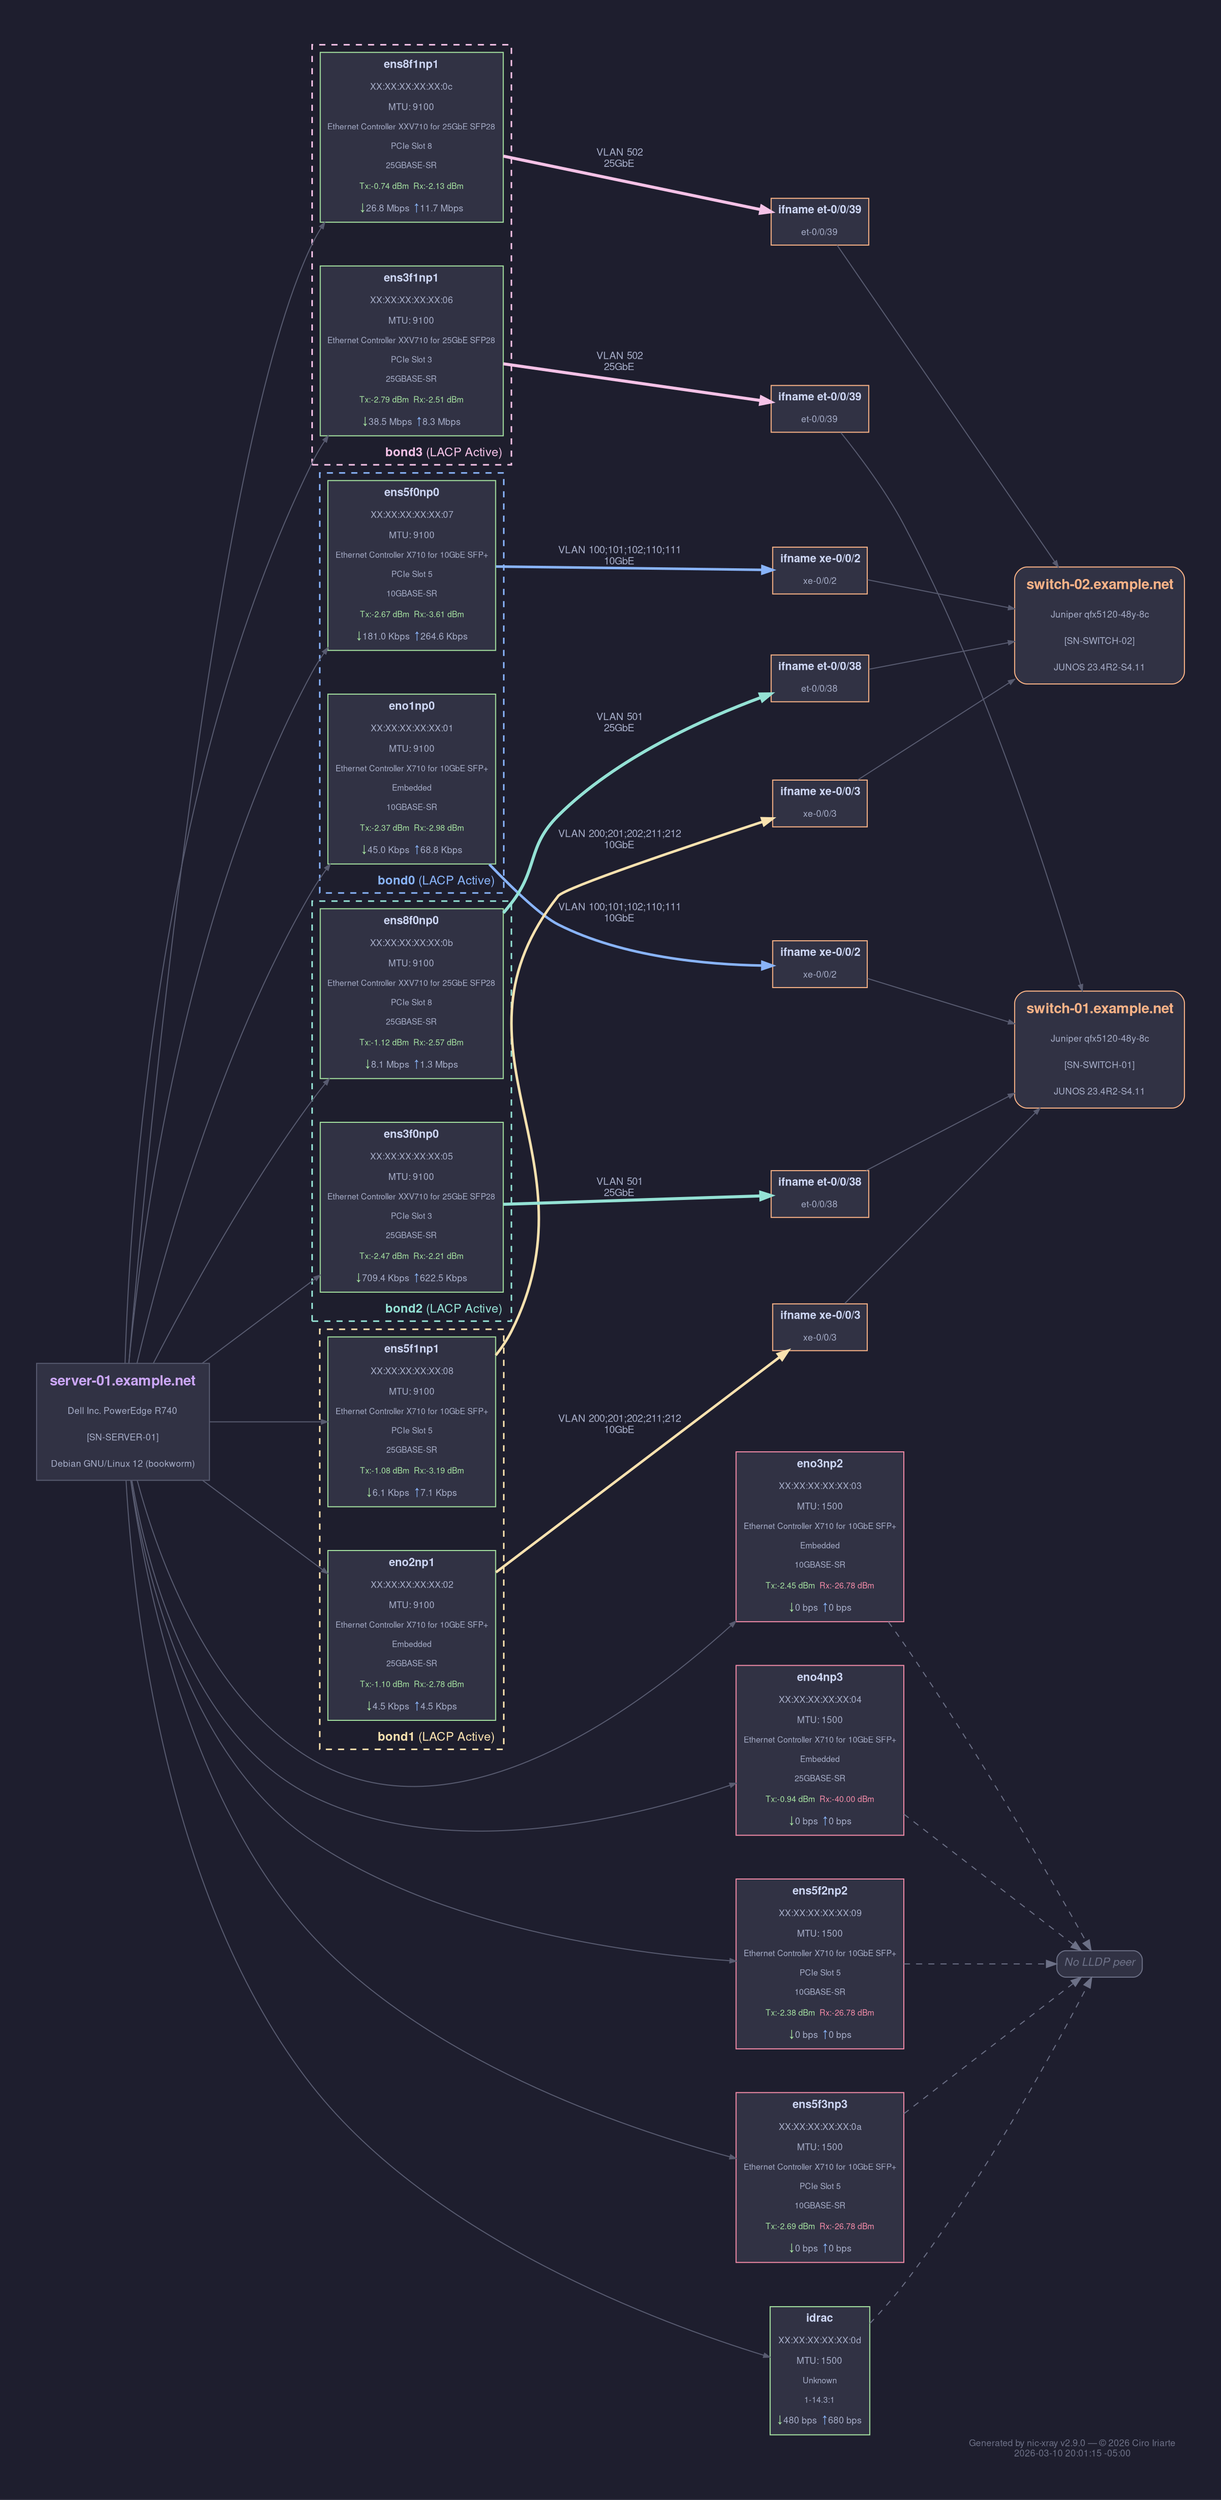
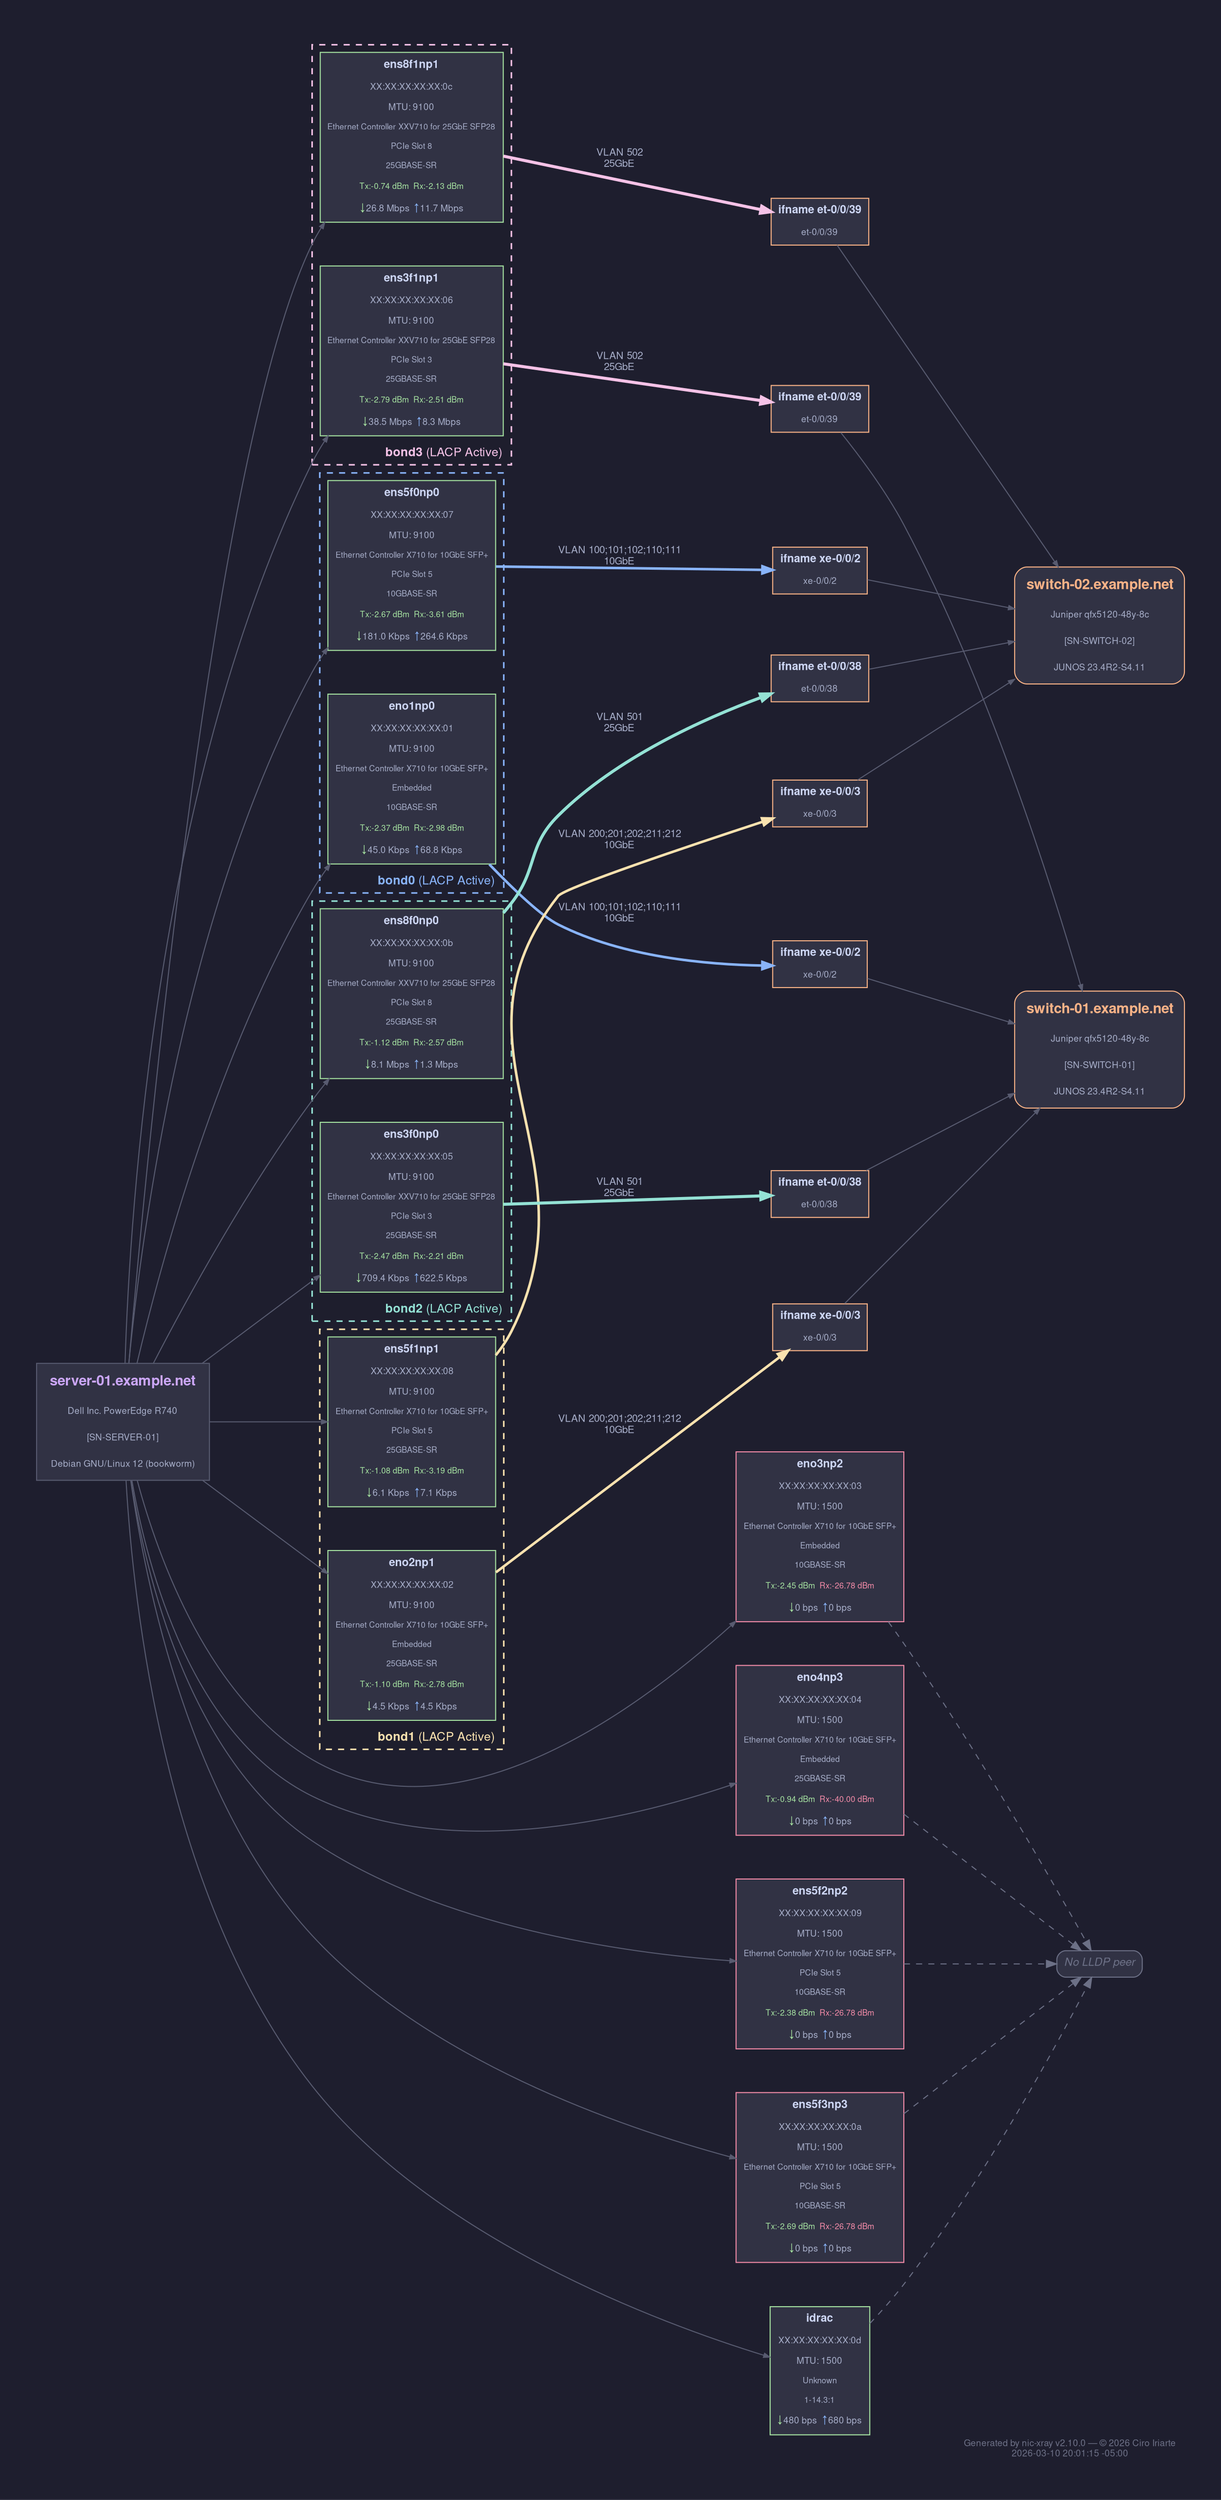
digraph nic_xray {
    rankdir=LR;
    bgcolor="#1e1e2e";
    fontname="Helvetica,Arial,sans-serif";
    fontcolor="#cdd6f4";
    pad="0.5";
    nodesep="0.6";
    ranksep="1.5";
    node [fontname="Helvetica,Arial,sans-serif", fontcolor="#cdd6f4", fontsize=11];
    edge [fontname="Helvetica,Arial,sans-serif", fontcolor="#a6adc8", fontsize=10];
-     label=<<FONT POINT-SIZE="9" COLOR="#6c7086">Generated by nic-xray v2.9.0 &mdash; &copy; 2026 Ciro Iriarte<BR/>2026-03-10 20:01:15 -05:00</FONT>>;
+     label=<<FONT POINT-SIZE="9" COLOR="#6c7086">Generated by nic-xray v2.10.0 &mdash; &copy; 2026 Ciro Iriarte<BR/>2026-03-10 20:01:15 -05:00</FONT>>;
    labeljust=r;
    labelloc=b;

    server [shape=plain, label=<
        <TABLE BORDER="1" CELLBORDER="0" CELLSPACING="4" CELLPADDING="6" BGCOLOR="#313244" COLOR="#585b70">
        <TR><TD COLSPAN="2"><FONT POINT-SIZE="14" COLOR="#cba6f7"><B>server-01.example.net</B></FONT></TD></TR>
        <TR><TD COLSPAN="2"><FONT POINT-SIZE="9" COLOR="#a6adc8">Dell Inc. PowerEdge R740</FONT></TD></TR>
        <TR><TD COLSPAN="2"><FONT POINT-SIZE="9" COLOR="#a6adc8">[SN-SERVER-01]</FONT></TD></TR>
        <TR><TD COLSPAN="2"><FONT POINT-SIZE="9" COLOR="#a6adc8">Debian GNU/Linux 12 (bookworm)</FONT></TD></TR>
        </TABLE>
    >];

    subgraph cluster_bond_0 {
        style=dashed;
        color="#89b4fa";
        bgcolor="#1e1e2ecc";
        fontcolor="#89b4fa";
        label=<<FONT POINT-SIZE="12"><B>bond0</B> (LACP Active)</FONT>>;
        penwidth=1.5;

        eno1np0 [shape=plain, label=<
            <TABLE BORDER="1" CELLBORDER="0" CELLSPACING="2" CELLPADDING="4" BGCOLOR="#313244" COLOR="#a6e3a1">
            <TR><TD><FONT COLOR="#cdd6f4"><B>eno1np0</B></FONT></TD></TR>
            <TR><TD><FONT POINT-SIZE="9" COLOR="#a6adc8">XX:XX:XX:XX:XX:01</FONT></TD></TR>
            <TR><TD><FONT POINT-SIZE="9" COLOR="#a6adc8">MTU: 9100</FONT></TD></TR>
            <TR><TD><FONT POINT-SIZE="8" COLOR="#a6adc8">Ethernet Controller X710 for 10GbE SFP+</FONT></TD></TR>
            <TR><TD><FONT POINT-SIZE="8" COLOR="#a6adc8">Embedded</FONT></TD></TR>
            <TR><TD><FONT POINT-SIZE="8" COLOR="#a6adc8">10GBASE-SR</FONT></TD></TR>
            <TR><TD><FONT POINT-SIZE="8" COLOR="#a6e3a1">Tx:-2.37 dBm</FONT> <FONT POINT-SIZE="8" COLOR="#a6e3a1">Rx:-2.98 dBm</FONT></TD></TR>
            <TR><TD><FONT POINT-SIZE="11" COLOR="#a6e3a1"><B>↓</B></FONT><FONT POINT-SIZE="9" COLOR="#a6adc8">45.0 Kbps</FONT> <FONT POINT-SIZE="11" COLOR="#89b4fa"><B>↑</B></FONT><FONT POINT-SIZE="9" COLOR="#a6adc8">68.8 Kbps</FONT></TD></TR>
            </TABLE>
        >];
        ens5f0np0 [shape=plain, label=<
            <TABLE BORDER="1" CELLBORDER="0" CELLSPACING="2" CELLPADDING="4" BGCOLOR="#313244" COLOR="#a6e3a1">
            <TR><TD><FONT COLOR="#cdd6f4"><B>ens5f0np0</B></FONT></TD></TR>
            <TR><TD><FONT POINT-SIZE="9" COLOR="#a6adc8">XX:XX:XX:XX:XX:07</FONT></TD></TR>
            <TR><TD><FONT POINT-SIZE="9" COLOR="#a6adc8">MTU: 9100</FONT></TD></TR>
            <TR><TD><FONT POINT-SIZE="8" COLOR="#a6adc8">Ethernet Controller X710 for 10GbE SFP+</FONT></TD></TR>
            <TR><TD><FONT POINT-SIZE="8" COLOR="#a6adc8">PCIe Slot 5</FONT></TD></TR>
            <TR><TD><FONT POINT-SIZE="8" COLOR="#a6adc8">10GBASE-SR</FONT></TD></TR>
            <TR><TD><FONT POINT-SIZE="8" COLOR="#a6e3a1">Tx:-2.67 dBm</FONT> <FONT POINT-SIZE="8" COLOR="#a6e3a1">Rx:-3.61 dBm</FONT></TD></TR>
            <TR><TD><FONT POINT-SIZE="11" COLOR="#a6e3a1"><B>↓</B></FONT><FONT POINT-SIZE="9" COLOR="#a6adc8">181.0 Kbps</FONT> <FONT POINT-SIZE="11" COLOR="#89b4fa"><B>↑</B></FONT><FONT POINT-SIZE="9" COLOR="#a6adc8">264.6 Kbps</FONT></TD></TR>
            </TABLE>
        >];
    }

    subgraph cluster_bond_1 {
        style=dashed;
        color="#f9e2af";
        bgcolor="#1e1e2ecc";
        fontcolor="#f9e2af";
        label=<<FONT POINT-SIZE="12"><B>bond1</B> (LACP Active)</FONT>>;
        penwidth=1.5;

        eno2np1 [shape=plain, label=<
            <TABLE BORDER="1" CELLBORDER="0" CELLSPACING="2" CELLPADDING="4" BGCOLOR="#313244" COLOR="#a6e3a1">
            <TR><TD><FONT COLOR="#cdd6f4"><B>eno2np1</B></FONT></TD></TR>
            <TR><TD><FONT POINT-SIZE="9" COLOR="#a6adc8">XX:XX:XX:XX:XX:02</FONT></TD></TR>
            <TR><TD><FONT POINT-SIZE="9" COLOR="#a6adc8">MTU: 9100</FONT></TD></TR>
            <TR><TD><FONT POINT-SIZE="8" COLOR="#a6adc8">Ethernet Controller X710 for 10GbE SFP+</FONT></TD></TR>
            <TR><TD><FONT POINT-SIZE="8" COLOR="#a6adc8">Embedded</FONT></TD></TR>
            <TR><TD><FONT POINT-SIZE="8" COLOR="#a6adc8">25GBASE-SR</FONT></TD></TR>
            <TR><TD><FONT POINT-SIZE="8" COLOR="#a6e3a1">Tx:-1.10 dBm</FONT> <FONT POINT-SIZE="8" COLOR="#a6e3a1">Rx:-2.78 dBm</FONT></TD></TR>
            <TR><TD><FONT POINT-SIZE="11" COLOR="#a6e3a1"><B>↓</B></FONT><FONT POINT-SIZE="9" COLOR="#a6adc8">4.5 Kbps</FONT> <FONT POINT-SIZE="11" COLOR="#89b4fa"><B>↑</B></FONT><FONT POINT-SIZE="9" COLOR="#a6adc8">4.5 Kbps</FONT></TD></TR>
            </TABLE>
        >];
        ens5f1np1 [shape=plain, label=<
            <TABLE BORDER="1" CELLBORDER="0" CELLSPACING="2" CELLPADDING="4" BGCOLOR="#313244" COLOR="#a6e3a1">
            <TR><TD><FONT COLOR="#cdd6f4"><B>ens5f1np1</B></FONT></TD></TR>
            <TR><TD><FONT POINT-SIZE="9" COLOR="#a6adc8">XX:XX:XX:XX:XX:08</FONT></TD></TR>
            <TR><TD><FONT POINT-SIZE="9" COLOR="#a6adc8">MTU: 9100</FONT></TD></TR>
            <TR><TD><FONT POINT-SIZE="8" COLOR="#a6adc8">Ethernet Controller X710 for 10GbE SFP+</FONT></TD></TR>
            <TR><TD><FONT POINT-SIZE="8" COLOR="#a6adc8">PCIe Slot 5</FONT></TD></TR>
            <TR><TD><FONT POINT-SIZE="8" COLOR="#a6adc8">25GBASE-SR</FONT></TD></TR>
            <TR><TD><FONT POINT-SIZE="8" COLOR="#a6e3a1">Tx:-1.08 dBm</FONT> <FONT POINT-SIZE="8" COLOR="#a6e3a1">Rx:-3.19 dBm</FONT></TD></TR>
            <TR><TD><FONT POINT-SIZE="11" COLOR="#a6e3a1"><B>↓</B></FONT><FONT POINT-SIZE="9" COLOR="#a6adc8">6.1 Kbps</FONT> <FONT POINT-SIZE="11" COLOR="#89b4fa"><B>↑</B></FONT><FONT POINT-SIZE="9" COLOR="#a6adc8">7.1 Kbps</FONT></TD></TR>
            </TABLE>
        >];
    }

    subgraph cluster_bond_2 {
        style=dashed;
        color="#94e2d5";
        bgcolor="#1e1e2ecc";
        fontcolor="#94e2d5";
        label=<<FONT POINT-SIZE="12"><B>bond2</B> (LACP Active)</FONT>>;
        penwidth=1.5;

        ens3f0np0 [shape=plain, label=<
            <TABLE BORDER="1" CELLBORDER="0" CELLSPACING="2" CELLPADDING="4" BGCOLOR="#313244" COLOR="#a6e3a1">
            <TR><TD><FONT COLOR="#cdd6f4"><B>ens3f0np0</B></FONT></TD></TR>
            <TR><TD><FONT POINT-SIZE="9" COLOR="#a6adc8">XX:XX:XX:XX:XX:05</FONT></TD></TR>
            <TR><TD><FONT POINT-SIZE="9" COLOR="#a6adc8">MTU: 9100</FONT></TD></TR>
            <TR><TD><FONT POINT-SIZE="8" COLOR="#a6adc8">Ethernet Controller XXV710 for 25GbE SFP28</FONT></TD></TR>
            <TR><TD><FONT POINT-SIZE="8" COLOR="#a6adc8">PCIe Slot 3</FONT></TD></TR>
            <TR><TD><FONT POINT-SIZE="8" COLOR="#a6adc8">25GBASE-SR</FONT></TD></TR>
            <TR><TD><FONT POINT-SIZE="8" COLOR="#a6e3a1">Tx:-2.47 dBm</FONT> <FONT POINT-SIZE="8" COLOR="#a6e3a1">Rx:-2.21 dBm</FONT></TD></TR>
            <TR><TD><FONT POINT-SIZE="11" COLOR="#a6e3a1"><B>↓</B></FONT><FONT POINT-SIZE="9" COLOR="#a6adc8">709.4 Kbps</FONT> <FONT POINT-SIZE="11" COLOR="#89b4fa"><B>↑</B></FONT><FONT POINT-SIZE="9" COLOR="#a6adc8">622.5 Kbps</FONT></TD></TR>
            </TABLE>
        >];
        ens8f0np0 [shape=plain, label=<
            <TABLE BORDER="1" CELLBORDER="0" CELLSPACING="2" CELLPADDING="4" BGCOLOR="#313244" COLOR="#a6e3a1">
            <TR><TD><FONT COLOR="#cdd6f4"><B>ens8f0np0</B></FONT></TD></TR>
            <TR><TD><FONT POINT-SIZE="9" COLOR="#a6adc8">XX:XX:XX:XX:XX:0b</FONT></TD></TR>
            <TR><TD><FONT POINT-SIZE="9" COLOR="#a6adc8">MTU: 9100</FONT></TD></TR>
            <TR><TD><FONT POINT-SIZE="8" COLOR="#a6adc8">Ethernet Controller XXV710 for 25GbE SFP28</FONT></TD></TR>
            <TR><TD><FONT POINT-SIZE="8" COLOR="#a6adc8">PCIe Slot 8</FONT></TD></TR>
            <TR><TD><FONT POINT-SIZE="8" COLOR="#a6adc8">25GBASE-SR</FONT></TD></TR>
            <TR><TD><FONT POINT-SIZE="8" COLOR="#a6e3a1">Tx:-1.12 dBm</FONT> <FONT POINT-SIZE="8" COLOR="#a6e3a1">Rx:-2.57 dBm</FONT></TD></TR>
            <TR><TD><FONT POINT-SIZE="11" COLOR="#a6e3a1"><B>↓</B></FONT><FONT POINT-SIZE="9" COLOR="#a6adc8">8.1 Mbps</FONT> <FONT POINT-SIZE="11" COLOR="#89b4fa"><B>↑</B></FONT><FONT POINT-SIZE="9" COLOR="#a6adc8">1.3 Mbps</FONT></TD></TR>
            </TABLE>
        >];
    }

    subgraph cluster_bond_3 {
        style=dashed;
        color="#f5c2e7";
        bgcolor="#1e1e2ecc";
        fontcolor="#f5c2e7";
        label=<<FONT POINT-SIZE="12"><B>bond3</B> (LACP Active)</FONT>>;
        penwidth=1.5;

        ens3f1np1 [shape=plain, label=<
            <TABLE BORDER="1" CELLBORDER="0" CELLSPACING="2" CELLPADDING="4" BGCOLOR="#313244" COLOR="#a6e3a1">
            <TR><TD><FONT COLOR="#cdd6f4"><B>ens3f1np1</B></FONT></TD></TR>
            <TR><TD><FONT POINT-SIZE="9" COLOR="#a6adc8">XX:XX:XX:XX:XX:06</FONT></TD></TR>
            <TR><TD><FONT POINT-SIZE="9" COLOR="#a6adc8">MTU: 9100</FONT></TD></TR>
            <TR><TD><FONT POINT-SIZE="8" COLOR="#a6adc8">Ethernet Controller XXV710 for 25GbE SFP28</FONT></TD></TR>
            <TR><TD><FONT POINT-SIZE="8" COLOR="#a6adc8">PCIe Slot 3</FONT></TD></TR>
            <TR><TD><FONT POINT-SIZE="8" COLOR="#a6adc8">25GBASE-SR</FONT></TD></TR>
            <TR><TD><FONT POINT-SIZE="8" COLOR="#a6e3a1">Tx:-2.79 dBm</FONT> <FONT POINT-SIZE="8" COLOR="#a6e3a1">Rx:-2.51 dBm</FONT></TD></TR>
            <TR><TD><FONT POINT-SIZE="11" COLOR="#a6e3a1"><B>↓</B></FONT><FONT POINT-SIZE="9" COLOR="#a6adc8">38.5 Mbps</FONT> <FONT POINT-SIZE="11" COLOR="#89b4fa"><B>↑</B></FONT><FONT POINT-SIZE="9" COLOR="#a6adc8">8.3 Mbps</FONT></TD></TR>
            </TABLE>
        >];
        ens8f1np1 [shape=plain, label=<
            <TABLE BORDER="1" CELLBORDER="0" CELLSPACING="2" CELLPADDING="4" BGCOLOR="#313244" COLOR="#a6e3a1">
            <TR><TD><FONT COLOR="#cdd6f4"><B>ens8f1np1</B></FONT></TD></TR>
            <TR><TD><FONT POINT-SIZE="9" COLOR="#a6adc8">XX:XX:XX:XX:XX:0c</FONT></TD></TR>
            <TR><TD><FONT POINT-SIZE="9" COLOR="#a6adc8">MTU: 9100</FONT></TD></TR>
            <TR><TD><FONT POINT-SIZE="8" COLOR="#a6adc8">Ethernet Controller XXV710 for 25GbE SFP28</FONT></TD></TR>
            <TR><TD><FONT POINT-SIZE="8" COLOR="#a6adc8">PCIe Slot 8</FONT></TD></TR>
            <TR><TD><FONT POINT-SIZE="8" COLOR="#a6adc8">25GBASE-SR</FONT></TD></TR>
            <TR><TD><FONT POINT-SIZE="8" COLOR="#a6e3a1">Tx:-0.74 dBm</FONT> <FONT POINT-SIZE="8" COLOR="#a6e3a1">Rx:-2.13 dBm</FONT></TD></TR>
            <TR><TD><FONT POINT-SIZE="11" COLOR="#a6e3a1"><B>↓</B></FONT><FONT POINT-SIZE="9" COLOR="#a6adc8">26.8 Mbps</FONT> <FONT POINT-SIZE="11" COLOR="#89b4fa"><B>↑</B></FONT><FONT POINT-SIZE="9" COLOR="#a6adc8">11.7 Mbps</FONT></TD></TR>
            </TABLE>
        >];
    }

    eno3np2 [shape=plain, label=<
        <TABLE BORDER="1" CELLBORDER="0" CELLSPACING="2" CELLPADDING="4" BGCOLOR="#313244" COLOR="#f38ba8">
        <TR><TD><FONT COLOR="#cdd6f4"><B>eno3np2</B></FONT></TD></TR>
        <TR><TD><FONT POINT-SIZE="9" COLOR="#a6adc8">XX:XX:XX:XX:XX:03</FONT></TD></TR>
        <TR><TD><FONT POINT-SIZE="9" COLOR="#a6adc8">MTU: 1500</FONT></TD></TR>
        <TR><TD><FONT POINT-SIZE="8" COLOR="#a6adc8">Ethernet Controller X710 for 10GbE SFP+</FONT></TD></TR>
        <TR><TD><FONT POINT-SIZE="8" COLOR="#a6adc8">Embedded</FONT></TD></TR>
        <TR><TD><FONT POINT-SIZE="8" COLOR="#a6adc8">10GBASE-SR</FONT></TD></TR>
        <TR><TD><FONT POINT-SIZE="8" COLOR="#a6e3a1">Tx:-2.45 dBm</FONT> <FONT POINT-SIZE="8" COLOR="#f38ba8">Rx:-26.78 dBm</FONT></TD></TR>
        <TR><TD><FONT POINT-SIZE="11" COLOR="#a6e3a1"><B>↓</B></FONT><FONT POINT-SIZE="9" COLOR="#a6adc8">0 bps</FONT> <FONT POINT-SIZE="11" COLOR="#89b4fa"><B>↑</B></FONT><FONT POINT-SIZE="9" COLOR="#a6adc8">0 bps</FONT></TD></TR>
        </TABLE>
    >];

    eno4np3 [shape=plain, label=<
        <TABLE BORDER="1" CELLBORDER="0" CELLSPACING="2" CELLPADDING="4" BGCOLOR="#313244" COLOR="#f38ba8">
        <TR><TD><FONT COLOR="#cdd6f4"><B>eno4np3</B></FONT></TD></TR>
        <TR><TD><FONT POINT-SIZE="9" COLOR="#a6adc8">XX:XX:XX:XX:XX:04</FONT></TD></TR>
        <TR><TD><FONT POINT-SIZE="9" COLOR="#a6adc8">MTU: 1500</FONT></TD></TR>
        <TR><TD><FONT POINT-SIZE="8" COLOR="#a6adc8">Ethernet Controller X710 for 10GbE SFP+</FONT></TD></TR>
        <TR><TD><FONT POINT-SIZE="8" COLOR="#a6adc8">Embedded</FONT></TD></TR>
        <TR><TD><FONT POINT-SIZE="8" COLOR="#a6adc8">25GBASE-SR</FONT></TD></TR>
        <TR><TD><FONT POINT-SIZE="8" COLOR="#a6e3a1">Tx:-0.94 dBm</FONT> <FONT POINT-SIZE="8" COLOR="#f38ba8">Rx:-40.00 dBm</FONT></TD></TR>
        <TR><TD><FONT POINT-SIZE="11" COLOR="#a6e3a1"><B>↓</B></FONT><FONT POINT-SIZE="9" COLOR="#a6adc8">0 bps</FONT> <FONT POINT-SIZE="11" COLOR="#89b4fa"><B>↑</B></FONT><FONT POINT-SIZE="9" COLOR="#a6adc8">0 bps</FONT></TD></TR>
        </TABLE>
    >];

    ens5f2np2 [shape=plain, label=<
        <TABLE BORDER="1" CELLBORDER="0" CELLSPACING="2" CELLPADDING="4" BGCOLOR="#313244" COLOR="#f38ba8">
        <TR><TD><FONT COLOR="#cdd6f4"><B>ens5f2np2</B></FONT></TD></TR>
        <TR><TD><FONT POINT-SIZE="9" COLOR="#a6adc8">XX:XX:XX:XX:XX:09</FONT></TD></TR>
        <TR><TD><FONT POINT-SIZE="9" COLOR="#a6adc8">MTU: 1500</FONT></TD></TR>
        <TR><TD><FONT POINT-SIZE="8" COLOR="#a6adc8">Ethernet Controller X710 for 10GbE SFP+</FONT></TD></TR>
        <TR><TD><FONT POINT-SIZE="8" COLOR="#a6adc8">PCIe Slot 5</FONT></TD></TR>
        <TR><TD><FONT POINT-SIZE="8" COLOR="#a6adc8">10GBASE-SR</FONT></TD></TR>
        <TR><TD><FONT POINT-SIZE="8" COLOR="#a6e3a1">Tx:-2.38 dBm</FONT> <FONT POINT-SIZE="8" COLOR="#f38ba8">Rx:-26.78 dBm</FONT></TD></TR>
        <TR><TD><FONT POINT-SIZE="11" COLOR="#a6e3a1"><B>↓</B></FONT><FONT POINT-SIZE="9" COLOR="#a6adc8">0 bps</FONT> <FONT POINT-SIZE="11" COLOR="#89b4fa"><B>↑</B></FONT><FONT POINT-SIZE="9" COLOR="#a6adc8">0 bps</FONT></TD></TR>
        </TABLE>
    >];

    ens5f3np3 [shape=plain, label=<
        <TABLE BORDER="1" CELLBORDER="0" CELLSPACING="2" CELLPADDING="4" BGCOLOR="#313244" COLOR="#f38ba8">
        <TR><TD><FONT COLOR="#cdd6f4"><B>ens5f3np3</B></FONT></TD></TR>
        <TR><TD><FONT POINT-SIZE="9" COLOR="#a6adc8">XX:XX:XX:XX:XX:0a</FONT></TD></TR>
        <TR><TD><FONT POINT-SIZE="9" COLOR="#a6adc8">MTU: 1500</FONT></TD></TR>
        <TR><TD><FONT POINT-SIZE="8" COLOR="#a6adc8">Ethernet Controller X710 for 10GbE SFP+</FONT></TD></TR>
        <TR><TD><FONT POINT-SIZE="8" COLOR="#a6adc8">PCIe Slot 5</FONT></TD></TR>
        <TR><TD><FONT POINT-SIZE="8" COLOR="#a6adc8">10GBASE-SR</FONT></TD></TR>
        <TR><TD><FONT POINT-SIZE="8" COLOR="#a6e3a1">Tx:-2.69 dBm</FONT> <FONT POINT-SIZE="8" COLOR="#f38ba8">Rx:-26.78 dBm</FONT></TD></TR>
        <TR><TD><FONT POINT-SIZE="11" COLOR="#a6e3a1"><B>↓</B></FONT><FONT POINT-SIZE="9" COLOR="#a6adc8">0 bps</FONT> <FONT POINT-SIZE="11" COLOR="#89b4fa"><B>↑</B></FONT><FONT POINT-SIZE="9" COLOR="#a6adc8">0 bps</FONT></TD></TR>
        </TABLE>
    >];

    idrac [shape=plain, label=<
        <TABLE BORDER="1" CELLBORDER="0" CELLSPACING="2" CELLPADDING="4" BGCOLOR="#313244" COLOR="#a6e3a1">
        <TR><TD><FONT COLOR="#cdd6f4"><B>idrac</B></FONT></TD></TR>
        <TR><TD><FONT POINT-SIZE="9" COLOR="#a6adc8">XX:XX:XX:XX:XX:0d</FONT></TD></TR>
        <TR><TD><FONT POINT-SIZE="9" COLOR="#a6adc8">MTU: 1500</FONT></TD></TR>
        <TR><TD><FONT POINT-SIZE="8" COLOR="#a6adc8">Unknown</FONT></TD></TR>
        <TR><TD><FONT POINT-SIZE="8" COLOR="#a6adc8">1-14.3:1</FONT></TD></TR>
        <TR><TD><FONT POINT-SIZE="11" COLOR="#a6e3a1"><B>↓</B></FONT><FONT POINT-SIZE="9" COLOR="#a6adc8">480 bps</FONT> <FONT POINT-SIZE="11" COLOR="#89b4fa"><B>↑</B></FONT><FONT POINT-SIZE="9" COLOR="#a6adc8">680 bps</FONT></TD></TR>
        </TABLE>
    >];

    swport_dev_collapsed_ipf01cly_lf01_ifname_xe_0_0_2 [shape=plain, label=<
        <TABLE BORDER="1" CELLBORDER="0" CELLSPACING="2" CELLPADDING="4" BGCOLOR="#313244" COLOR="#fab387">
        <TR><TD><FONT COLOR="#cdd6f4"><B>ifname xe-0/0/2</B></FONT></TD></TR>
        <TR><TD><FONT POINT-SIZE="9" COLOR="#a6adc8">xe-0/0/2</FONT></TD></TR>
        </TABLE>
    >];

    swport_dev_collapsed_ipf01cly_lf01_ifname_xe_0_0_3 [shape=plain, label=<
        <TABLE BORDER="1" CELLBORDER="0" CELLSPACING="2" CELLPADDING="4" BGCOLOR="#313244" COLOR="#fab387">
        <TR><TD><FONT COLOR="#cdd6f4"><B>ifname xe-0/0/3</B></FONT></TD></TR>
        <TR><TD><FONT POINT-SIZE="9" COLOR="#a6adc8">xe-0/0/3</FONT></TD></TR>
        </TABLE>
    >];

    swport_dev_collapsed_ipf01cly_lf01_ifname_et_0_0_38 [shape=plain, label=<
        <TABLE BORDER="1" CELLBORDER="0" CELLSPACING="2" CELLPADDING="4" BGCOLOR="#313244" COLOR="#fab387">
        <TR><TD><FONT COLOR="#cdd6f4"><B>ifname et-0/0/38</B></FONT></TD></TR>
        <TR><TD><FONT POINT-SIZE="9" COLOR="#a6adc8">et-0/0/38</FONT></TD></TR>
        </TABLE>
    >];

    swport_dev_collapsed_ipf01cly_lf01_ifname_et_0_0_39 [shape=plain, label=<
        <TABLE BORDER="1" CELLBORDER="0" CELLSPACING="2" CELLPADDING="4" BGCOLOR="#313244" COLOR="#fab387">
        <TR><TD><FONT COLOR="#cdd6f4"><B>ifname et-0/0/39</B></FONT></TD></TR>
        <TR><TD><FONT POINT-SIZE="9" COLOR="#a6adc8">et-0/0/39</FONT></TD></TR>
        </TABLE>
    >];

    swport_dev_collapsed_ipf01cly_lf02_ifname_xe_0_0_2 [shape=plain, label=<
        <TABLE BORDER="1" CELLBORDER="0" CELLSPACING="2" CELLPADDING="4" BGCOLOR="#313244" COLOR="#fab387">
        <TR><TD><FONT COLOR="#cdd6f4"><B>ifname xe-0/0/2</B></FONT></TD></TR>
        <TR><TD><FONT POINT-SIZE="9" COLOR="#a6adc8">xe-0/0/2</FONT></TD></TR>
        </TABLE>
    >];

    swport_dev_collapsed_ipf01cly_lf02_ifname_xe_0_0_3 [shape=plain, label=<
        <TABLE BORDER="1" CELLBORDER="0" CELLSPACING="2" CELLPADDING="4" BGCOLOR="#313244" COLOR="#fab387">
        <TR><TD><FONT COLOR="#cdd6f4"><B>ifname xe-0/0/3</B></FONT></TD></TR>
        <TR><TD><FONT POINT-SIZE="9" COLOR="#a6adc8">xe-0/0/3</FONT></TD></TR>
        </TABLE>
    >];

    swport_dev_collapsed_ipf01cly_lf02_ifname_et_0_0_38 [shape=plain, label=<
        <TABLE BORDER="1" CELLBORDER="0" CELLSPACING="2" CELLPADDING="4" BGCOLOR="#313244" COLOR="#fab387">
        <TR><TD><FONT COLOR="#cdd6f4"><B>ifname et-0/0/38</B></FONT></TD></TR>
        <TR><TD><FONT POINT-SIZE="9" COLOR="#a6adc8">et-0/0/38</FONT></TD></TR>
        </TABLE>
    >];

    swport_dev_collapsed_ipf01cly_lf02_ifname_et_0_0_39 [shape=plain, label=<
        <TABLE BORDER="1" CELLBORDER="0" CELLSPACING="2" CELLPADDING="4" BGCOLOR="#313244" COLOR="#fab387">
        <TR><TD><FONT COLOR="#cdd6f4"><B>ifname et-0/0/39</B></FONT></TD></TR>
        <TR><TD><FONT POINT-SIZE="9" COLOR="#a6adc8">et-0/0/39</FONT></TD></TR>
        </TABLE>
    >];

    sw_switch_01_example_net [shape=plain, label=<
        <TABLE BORDER="1" CELLBORDER="0" CELLSPACING="4" CELLPADDING="6" BGCOLOR="#313244" COLOR="#fab387" STYLE="ROUNDED">
        <TR><TD><FONT POINT-SIZE="14" COLOR="#fab387"><B>switch-01.example.net</B></FONT></TD></TR>
        <TR><TD><FONT POINT-SIZE="9" COLOR="#a6adc8">Juniper qfx5120-48y-8c</FONT></TD></TR>
        <TR><TD><FONT POINT-SIZE="9" COLOR="#a6adc8">[SN-SWITCH-01]</FONT></TD></TR>
        <TR><TD><FONT POINT-SIZE="9" COLOR="#a6adc8">JUNOS 23.4R2-S4.11</FONT></TD></TR>
        </TABLE>
    >];

    sw_switch_02_example_net [shape=plain, label=<
        <TABLE BORDER="1" CELLBORDER="0" CELLSPACING="4" CELLPADDING="6" BGCOLOR="#313244" COLOR="#fab387" STYLE="ROUNDED">
        <TR><TD><FONT POINT-SIZE="14" COLOR="#fab387"><B>switch-02.example.net</B></FONT></TD></TR>
        <TR><TD><FONT POINT-SIZE="9" COLOR="#a6adc8">Juniper qfx5120-48y-8c</FONT></TD></TR>
        <TR><TD><FONT POINT-SIZE="9" COLOR="#a6adc8">[SN-SWITCH-02]</FONT></TD></TR>
        <TR><TD><FONT POINT-SIZE="9" COLOR="#a6adc8">JUNOS 23.4R2-S4.11</FONT></TD></TR>
        </TABLE>
    >];

    no_lldp_peer [shape=plain, label=<
        <TABLE BORDER="1" CELLBORDER="0" CELLSPACING="2" CELLPADDING="4" BGCOLOR="#313244" COLOR="#6c7086" STYLE="ROUNDED">
        <TR><TD><FONT COLOR="#6c7086"><I>No LLDP peer</I></FONT></TD></TR>
        </TABLE>
    >];

    server -> eno1np0 [color="#585b70", penwidth=1.0, arrowsize=0.6];
    server -> eno2np1 [color="#585b70", penwidth=1.0, arrowsize=0.6];
    server -> eno3np2 [color="#585b70", penwidth=1.0, arrowsize=0.6];
    server -> eno4np3 [color="#585b70", penwidth=1.0, arrowsize=0.6];
    server -> ens3f0np0 [color="#585b70", penwidth=1.0, arrowsize=0.6];
    server -> ens3f1np1 [color="#585b70", penwidth=1.0, arrowsize=0.6];
    server -> ens5f0np0 [color="#585b70", penwidth=1.0, arrowsize=0.6];
    server -> ens5f1np1 [color="#585b70", penwidth=1.0, arrowsize=0.6];
    server -> ens5f2np2 [color="#585b70", penwidth=1.0, arrowsize=0.6];
    server -> ens5f3np3 [color="#585b70", penwidth=1.0, arrowsize=0.6];
    server -> ens8f0np0 [color="#585b70", penwidth=1.0, arrowsize=0.6];
    server -> ens8f1np1 [color="#585b70", penwidth=1.0, arrowsize=0.6];
    server -> idrac [color="#585b70", penwidth=1.0, arrowsize=0.6];

    eno1np0 -> swport_dev_collapsed_ipf01cly_lf01_ifname_xe_0_0_2 [label=<VLAN 100;101;102;110;111<BR/>10GbE>, penwidth=2.5, color="#89b4fa", fontcolor="#a6adc8"];
    eno2np1 -> swport_dev_collapsed_ipf01cly_lf01_ifname_xe_0_0_3 [label=<VLAN 200;201;202;211;212<BR/>10GbE>, penwidth=2.5, color="#f9e2af", fontcolor="#a6adc8"];
    eno3np2 -> no_lldp_peer [style=dashed, color="#6c7086", fontcolor="#6c7086", penwidth=1.0];
    eno4np3 -> no_lldp_peer [style=dashed, color="#6c7086", fontcolor="#6c7086", penwidth=1.0];
    ens3f0np0 -> swport_dev_collapsed_ipf01cly_lf01_ifname_et_0_0_38 [label=<VLAN 501<BR/>25GbE>, penwidth=3.0, color="#94e2d5", fontcolor="#a6adc8"];
    ens3f1np1 -> swport_dev_collapsed_ipf01cly_lf01_ifname_et_0_0_39 [label=<VLAN 502<BR/>25GbE>, penwidth=3.0, color="#f5c2e7", fontcolor="#a6adc8"];
    ens5f0np0 -> swport_dev_collapsed_ipf01cly_lf02_ifname_xe_0_0_2 [label=<VLAN 100;101;102;110;111<BR/>10GbE>, penwidth=2.5, color="#89b4fa", fontcolor="#a6adc8"];
    ens5f1np1 -> swport_dev_collapsed_ipf01cly_lf02_ifname_xe_0_0_3 [label=<VLAN 200;201;202;211;212<BR/>10GbE>, penwidth=2.5, color="#f9e2af", fontcolor="#a6adc8"];
    ens5f2np2 -> no_lldp_peer [style=dashed, color="#6c7086", fontcolor="#6c7086", penwidth=1.0];
    ens5f3np3 -> no_lldp_peer [style=dashed, color="#6c7086", fontcolor="#6c7086", penwidth=1.0];
    ens8f0np0 -> swport_dev_collapsed_ipf01cly_lf02_ifname_et_0_0_38 [label=<VLAN 501<BR/>25GbE>, penwidth=3.0, color="#94e2d5", fontcolor="#a6adc8"];
    ens8f1np1 -> swport_dev_collapsed_ipf01cly_lf02_ifname_et_0_0_39 [label=<VLAN 502<BR/>25GbE>, penwidth=3.0, color="#f5c2e7", fontcolor="#a6adc8"];
    idrac -> no_lldp_peer [style=dashed, color="#6c7086", fontcolor="#6c7086", penwidth=1.0];
    swport_dev_collapsed_ipf01cly_lf01_ifname_xe_0_0_2 -> sw_switch_01_example_net [color="#585b70", penwidth=1.0, arrowsize=0.6];
    swport_dev_collapsed_ipf01cly_lf01_ifname_xe_0_0_3 -> sw_switch_01_example_net [color="#585b70", penwidth=1.0, arrowsize=0.6];
    swport_dev_collapsed_ipf01cly_lf01_ifname_et_0_0_38 -> sw_switch_01_example_net [color="#585b70", penwidth=1.0, arrowsize=0.6];
    swport_dev_collapsed_ipf01cly_lf01_ifname_et_0_0_39 -> sw_switch_01_example_net [color="#585b70", penwidth=1.0, arrowsize=0.6];
    swport_dev_collapsed_ipf01cly_lf02_ifname_xe_0_0_2 -> sw_switch_02_example_net [color="#585b70", penwidth=1.0, arrowsize=0.6];
    swport_dev_collapsed_ipf01cly_lf02_ifname_xe_0_0_3 -> sw_switch_02_example_net [color="#585b70", penwidth=1.0, arrowsize=0.6];
    swport_dev_collapsed_ipf01cly_lf02_ifname_et_0_0_38 -> sw_switch_02_example_net [color="#585b70", penwidth=1.0, arrowsize=0.6];
    swport_dev_collapsed_ipf01cly_lf02_ifname_et_0_0_39 -> sw_switch_02_example_net [color="#585b70", penwidth=1.0, arrowsize=0.6];

    { rank=min; server; }
    { rank=max; sw_switch_01_example_net; sw_switch_02_example_net; no_lldp_peer; }
}
